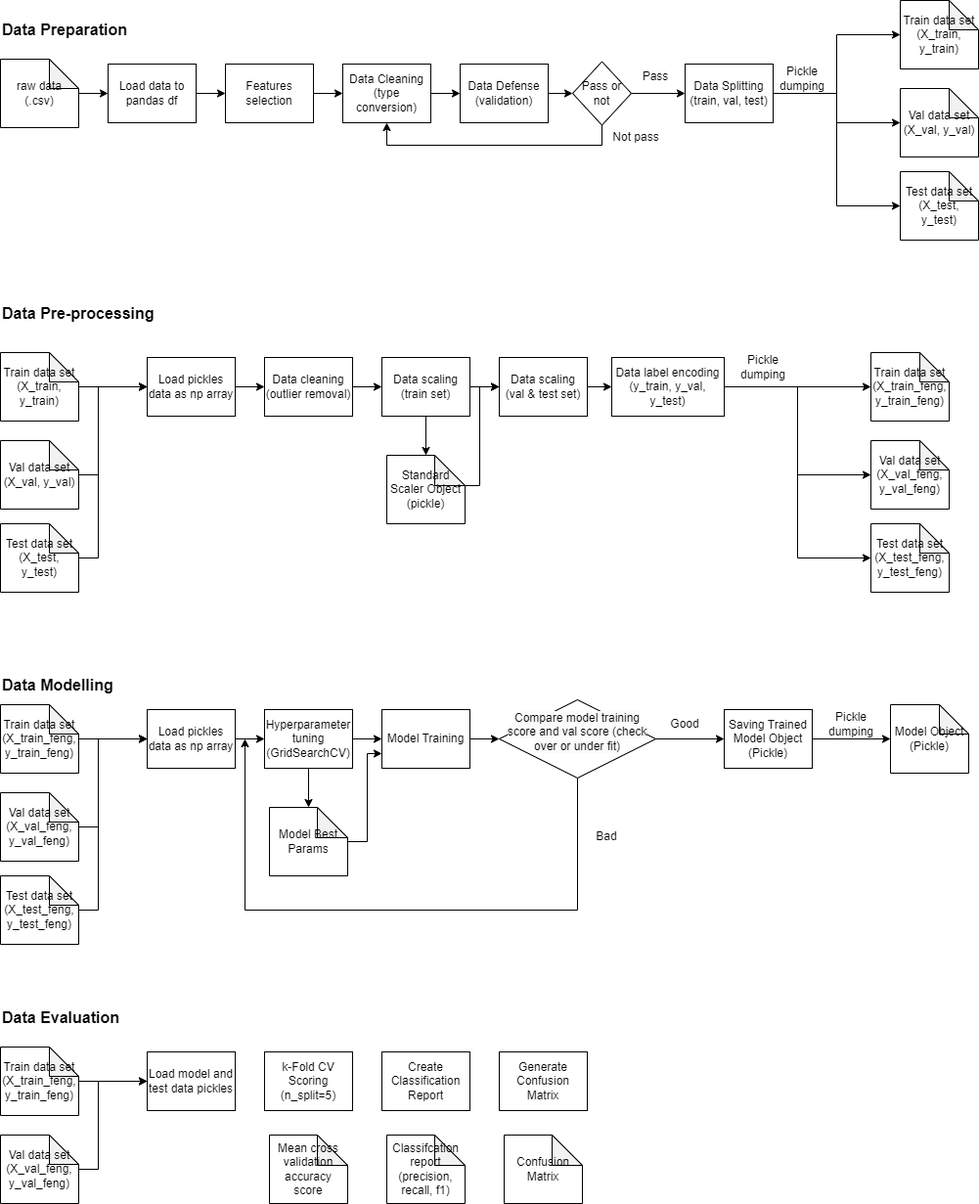
Earlier version of the draw.io export charts/flow_chart_data_preparation.png (haranobuhardo/Gas-Detection-Using-Traditional-ML). Source tidied: cells renumbered, new cells last; positions are measured from the earlier drawing's top-left corner, leaving out a move shared by most shapes.
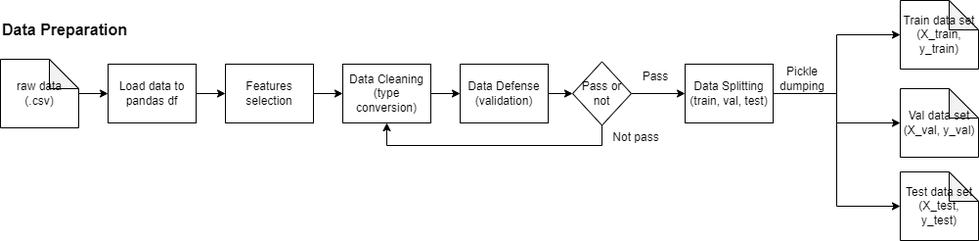
Later version of the same file.

Commit message:
updated block diagram preparation

What changed in the source:
```diff
@@ -11,27 +11,18 @@
     <mxCell id="4" value="Data Preparation" style="text;html=1;strokeColor=none;fillColor=none;align=left;verticalAlign=middle;whiteSpace=wrap;rounded=0;fontStyle=1;fontSize=16;" parent="1" vertex="1">
       <mxGeometry y="20" width="140" height="20" as="geometry" />
     </mxCell>
-    <mxCell id="5" value="Data Pre-processing" style="text;html=1;strokeColor=none;fillColor=none;align=left;verticalAlign=middle;whiteSpace=wrap;rounded=0;fontStyle=1;fontSize=16;" parent="1" vertex="1">
-      <mxGeometry y="310" width="170" height="20" as="geometry" />
-    </mxCell>
-    <mxCell id="6" value="Data Modelling" style="text;html=1;strokeColor=none;fillColor=none;align=left;verticalAlign=middle;whiteSpace=wrap;rounded=0;fontStyle=1;fontSize=16;" parent="1" vertex="1">
-      <mxGeometry y="690" width="170" height="20" as="geometry" />
-    </mxCell>
-    <mxCell id="7" value="Data Evaluation" style="text;html=1;strokeColor=none;fillColor=none;align=left;verticalAlign=middle;whiteSpace=wrap;rounded=0;fontStyle=1;fontSize=16;" parent="1" vertex="1">
-      <mxGeometry y="1030" width="170" height="20" as="geometry" />
-    </mxCell>
-    <mxCell id="8" style="edgeStyle=orthogonalEdgeStyle;rounded=0;orthogonalLoop=1;jettySize=auto;html=1;exitX=0.5;exitY=1;exitDx=0;exitDy=0;" parent="1" edge="1" source="3" target="3">
-      <mxGeometry relative="1" as="geometry" />
-    </mxCell>
+    <mxCell id="91" style="edgeStyle=orthogonalEdgeStyle;rounded=0;orthogonalLoop=1;jettySize=auto;html=1;exitX=0.5;exitY=1;exitDx=0;exitDy=0;" parent="1" edge="1" source="3" target="3">
+      <mxGeometry relative="1" as="geometry" />
+    </mxCell>
     <mxCell id="9" style="edgeStyle=orthogonalEdgeStyle;rounded=0;jettySize=auto;html=1;entryX=0;entryY=0.5;entryDx=0;entryDy=0;" parent="1" edge="1" source="10" target="3">
       <mxGeometry relative="1" as="geometry" />
     </mxCell>
     <mxCell id="10" value="raw data (.csv)" style="shape=note;whiteSpace=wrap;html=1;backgroundOutline=1;darkOpacity=0.05;" parent="1" vertex="1">
       <mxGeometry y="60" width="80" height="70" as="geometry" />
     </mxCell>
-    <mxCell id="11" style="edgeStyle=orthogonalEdgeStyle;rounded=0;orthogonalLoop=1;jettySize=auto;html=1;exitX=0.5;exitY=1;exitDx=0;exitDy=0;" parent="1" edge="1" source="3" target="3">
-      <mxGeometry relative="1" as="geometry" />
-    </mxCell>
+    <mxCell id="92" style="edgeStyle=orthogonalEdgeStyle;rounded=0;orthogonalLoop=1;jettySize=auto;html=1;exitX=0.5;exitY=1;exitDx=0;exitDy=0;" parent="1" edge="1" source="3" target="3">
+      <mxGeometry relative="1" as="geometry" />
+    </mxCell>
     <mxCell id="12" style="edgeStyle=orthogonalEdgeStyle;rounded=0;jettySize=auto;html=1;entryX=0;entryY=0.5;entryDx=0;entryDy=0;" parent="1" edge="1" source="13" target="27">
       <mxGeometry relative="1" as="geometry" />
     </mxCell>
@@ -94,231 +85,5 @@
     <mxCell id="30" value="Pickle dumping" style="text;html=1;strokeColor=none;fillColor=none;align=center;verticalAlign=middle;whiteSpace=wrap;rounded=0;" parent="1" vertex="1">
       <mxGeometry x="790" y="65" width="60" height="30" as="geometry" />
     </mxCell>
-    <mxCell id="31" style="edgeStyle=orthogonalEdgeStyle;rounded=0;jettySize=auto;html=1;entryX=0;entryY=0.5;entryDx=0;entryDy=0;" parent="1" edge="1" source="32" target="38">
-      <mxGeometry relative="1" as="geometry" />
-    </mxCell>
-    <mxCell id="32" value="Train data set (X_train, y_train)" style="shape=note;whiteSpace=wrap;html=1;backgroundOutline=1;darkOpacity=0.05;" parent="1" vertex="1">
-      <mxGeometry y="360" width="80" height="70" as="geometry" />
-    </mxCell>
-    <mxCell id="33" style="edgeStyle=orthogonalEdgeStyle;rounded=0;jettySize=auto;html=1;entryX=0;entryY=0.5;entryDx=0;entryDy=0;" parent="1" edge="1" source="34" target="38">
-      <mxGeometry relative="1" as="geometry">
-        <Array as="points">
-          <mxPoint x="100" y="485" />
-          <mxPoint x="100" y="395" />
-        </Array>
-      </mxGeometry>
-    </mxCell>
-    <mxCell id="34" value="Val data set&lt;br&gt;(X_val, y_val)" style="shape=note;whiteSpace=wrap;html=1;backgroundOutline=1;darkOpacity=0.05;" parent="1" vertex="1">
-      <mxGeometry y="450" width="80" height="70" as="geometry" />
-    </mxCell>
-    <mxCell id="35" style="edgeStyle=orthogonalEdgeStyle;rounded=0;jettySize=auto;html=1;entryX=0;entryY=0.5;entryDx=0;entryDy=0;" parent="1" edge="1" source="36" target="38">
-      <mxGeometry relative="1" as="geometry">
-        <Array as="points">
-          <mxPoint x="100" y="570" />
-          <mxPoint x="100" y="395" />
-        </Array>
-      </mxGeometry>
-    </mxCell>
-    <mxCell id="36" value="Test data set&lt;br&gt;(X_test, y_test)" style="shape=note;whiteSpace=wrap;html=1;backgroundOutline=1;darkOpacity=0.05;" parent="1" vertex="1">
-      <mxGeometry y="535" width="80" height="70" as="geometry" />
-    </mxCell>
-    <mxCell id="37" style="edgeStyle=orthogonalEdgeStyle;rounded=0;jettySize=auto;html=1;entryX=0;entryY=0.5;entryDx=0;entryDy=0;" parent="1" edge="1" source="38" target="40">
-      <mxGeometry relative="1" as="geometry" />
-    </mxCell>
-    <mxCell id="38" value="Load pickles data as np array" style="rounded=0;whiteSpace=wrap;html=1;" parent="1" vertex="1">
-      <mxGeometry x="150" y="365" width="90" height="60" as="geometry" />
-    </mxCell>
-    <mxCell id="39" style="edgeStyle=orthogonalEdgeStyle;rounded=0;jettySize=auto;html=1;entryX=0;entryY=0.5;entryDx=0;entryDy=0;" parent="1" edge="1" source="40" target="43">
-      <mxGeometry relative="1" as="geometry" />
-    </mxCell>
-    <mxCell id="40" value="Data cleaning (outlier removal)" style="rounded=0;whiteSpace=wrap;html=1;" parent="1" vertex="1">
-      <mxGeometry x="270" y="365" width="90" height="60" as="geometry" />
-    </mxCell>
-    <mxCell id="41" style="edgeStyle=orthogonalEdgeStyle;rounded=0;jettySize=auto;html=1;entryX=0;entryY=0.5;entryDx=0;entryDy=0;" parent="1" edge="1" source="43" target="47">
-      <mxGeometry relative="1" as="geometry" />
-    </mxCell>
-    <mxCell id="42" style="edgeStyle=orthogonalEdgeStyle;rounded=0;jettySize=auto;html=1;entryX=0.5;entryY=0;entryDx=0;entryDy=0;entryPerimeter=0;" parent="1" edge="1" source="43" target="45">
-      <mxGeometry relative="1" as="geometry" />
-    </mxCell>
-    <mxCell id="43" value="Data scaling (train set)" style="rounded=0;whiteSpace=wrap;html=1;" parent="1" vertex="1">
-      <mxGeometry x="390" y="365" width="90" height="60" as="geometry" />
-    </mxCell>
-    <mxCell id="44" style="edgeStyle=orthogonalEdgeStyle;rounded=0;jettySize=auto;html=1;exitX=0;exitY=0;exitDx=80;exitDy=31;exitPerimeter=0;entryX=0;entryY=0.5;entryDx=0;entryDy=0;" parent="1" edge="1" source="45" target="47">
-      <mxGeometry relative="1" as="geometry">
-        <Array as="points">
-          <mxPoint x="490" y="496" />
-          <mxPoint x="490" y="395" />
-        </Array>
-      </mxGeometry>
-    </mxCell>
-    <mxCell id="45" value="Standard Scaler Object (pickle)" style="shape=note;whiteSpace=wrap;html=1;backgroundOutline=1;darkOpacity=0.05;size=31;" parent="1" vertex="1">
-      <mxGeometry x="395" y="465" width="80" height="70" as="geometry" />
-    </mxCell>
-    <mxCell id="46" style="edgeStyle=orthogonalEdgeStyle;rounded=0;jettySize=auto;html=1;" parent="1" edge="1" source="47" target="48">
-      <mxGeometry relative="1" as="geometry">
-        <Array as="points">
-          <mxPoint x="620" y="395" />
-          <mxPoint x="620" y="395" />
-        </Array>
-      </mxGeometry>
-    </mxCell>
-    <mxCell id="47" value="Data scaling (val &amp;amp; test set)" style="rounded=0;whiteSpace=wrap;html=1;" parent="1" vertex="1">
-      <mxGeometry x="510" y="365" width="90" height="60" as="geometry" />
-    </mxCell>
-    <mxCell id="48" value="Data label encoding (y_train, y_val, y_test)" style="rounded=0;whiteSpace=wrap;html=1;" parent="1" vertex="1">
-      <mxGeometry x="625" y="365" width="115" height="60" as="geometry" />
-    </mxCell>
-    <mxCell id="49" style="edgeStyle=orthogonalEdgeStyle;rounded=0;jettySize=auto;html=1;entryX=0;entryY=0.5;entryDx=0;entryDy=0;entryPerimeter=0;exitX=1;exitY=0.5;exitDx=0;exitDy=0;" parent="1" edge="1" source="48" target="52">
-      <mxGeometry relative="1" as="geometry" />
-    </mxCell>
-    <mxCell id="50" style="edgeStyle=orthogonalEdgeStyle;rounded=0;jettySize=auto;html=1;entryX=0;entryY=0.5;entryDx=0;entryDy=0;entryPerimeter=0;exitX=1;exitY=0.5;exitDx=0;exitDy=0;" parent="1" edge="1" source="48" target="53">
-      <mxGeometry relative="1" as="geometry" />
-    </mxCell>
-    <mxCell id="51" style="edgeStyle=orthogonalEdgeStyle;rounded=0;jettySize=auto;html=1;exitX=1;exitY=0.5;exitDx=0;exitDy=0;entryX=0;entryY=0.5;entryDx=0;entryDy=0;entryPerimeter=0;" parent="1" edge="1" source="48" target="54">
-      <mxGeometry relative="1" as="geometry" />
-    </mxCell>
-    <mxCell id="52" value="Train data set (X_train_feng, y_train_feng)" style="shape=note;whiteSpace=wrap;html=1;backgroundOutline=1;darkOpacity=0.05;" parent="1" vertex="1">
-      <mxGeometry x="890" y="360" width="80" height="70" as="geometry" />
-    </mxCell>
-    <mxCell id="53" value="Val data set&lt;br&gt;(X_val_feng, y_val_feng)" style="shape=note;whiteSpace=wrap;html=1;backgroundOutline=1;darkOpacity=0.05;" parent="1" vertex="1">
-      <mxGeometry x="890" y="450" width="80" height="70" as="geometry" />
-    </mxCell>
-    <mxCell id="54" value="Test data set&lt;br&gt;(X_test_feng, y_test_feng)" style="shape=note;whiteSpace=wrap;html=1;backgroundOutline=1;darkOpacity=0.05;" parent="1" vertex="1">
-      <mxGeometry x="890" y="535" width="80" height="70" as="geometry" />
-    </mxCell>
-    <mxCell id="55" value="Pickle dumping" style="text;html=1;strokeColor=none;fillColor=none;align=center;verticalAlign=middle;whiteSpace=wrap;rounded=0;" parent="1" vertex="1">
-      <mxGeometry x="750" y="360" width="60" height="30" as="geometry" />
-    </mxCell>
-    <mxCell id="56" style="edgeStyle=orthogonalEdgeStyle;rounded=0;jettySize=auto;html=1;entryX=0;entryY=0.5;entryDx=0;entryDy=0;" parent="1" edge="1" source="57" target="63">
-      <mxGeometry relative="1" as="geometry" />
-    </mxCell>
-    <mxCell id="57" value="Train data set (X_train_feng, y_train_feng)" style="shape=note;whiteSpace=wrap;html=1;backgroundOutline=1;darkOpacity=0.05;size=30;" parent="1" vertex="1">
-      <mxGeometry y="720" width="80" height="70" as="geometry" />
-    </mxCell>
-    <mxCell id="58" style="edgeStyle=orthogonalEdgeStyle;rounded=0;jettySize=auto;html=1;entryX=0;entryY=0.5;entryDx=0;entryDy=0;" parent="1" edge="1" source="59" target="63">
-      <mxGeometry relative="1" as="geometry">
-        <Array as="points">
-          <mxPoint x="100" y="845" />
-          <mxPoint x="100" y="755" />
-        </Array>
-      </mxGeometry>
-    </mxCell>
-    <mxCell id="59" value="Val data set&lt;br&gt;(X_val_feng, y_val_feng)" style="shape=note;whiteSpace=wrap;html=1;backgroundOutline=1;darkOpacity=0.05;" parent="1" vertex="1">
-      <mxGeometry y="810" width="80" height="70" as="geometry" />
-    </mxCell>
-    <mxCell id="60" style="edgeStyle=orthogonalEdgeStyle;rounded=0;jettySize=auto;html=1;entryX=0;entryY=0.5;entryDx=0;entryDy=0;" parent="1" edge="1" source="61" target="63">
-      <mxGeometry relative="1" as="geometry">
-        <Array as="points">
-          <mxPoint x="100" y="930" />
-          <mxPoint x="100" y="755" />
-        </Array>
-      </mxGeometry>
-    </mxCell>
-    <mxCell id="61" value="Test data set&lt;br&gt;(X_test_feng, y_test_feng)" style="shape=note;whiteSpace=wrap;html=1;backgroundOutline=1;darkOpacity=0.05;" parent="1" vertex="1">
-      <mxGeometry y="895" width="80" height="70" as="geometry" />
-    </mxCell>
-    <mxCell id="62" style="edgeStyle=orthogonalEdgeStyle;rounded=0;jettySize=auto;html=1;entryX=0;entryY=0.5;entryDx=0;entryDy=0;" parent="1" edge="1" source="63" target="66">
-      <mxGeometry relative="1" as="geometry" />
-    </mxCell>
-    <mxCell id="63" value="Load pickles data as np array" style="rounded=0;whiteSpace=wrap;html=1;" parent="1" vertex="1">
-      <mxGeometry x="150" y="725" width="90" height="60" as="geometry" />
-    </mxCell>
-    <mxCell id="64" style="edgeStyle=orthogonalEdgeStyle;rounded=0;jettySize=auto;html=1;entryX=0.5;entryY=0;entryDx=0;entryDy=0;entryPerimeter=0;" parent="1" edge="1" source="66" target="68">
-      <mxGeometry relative="1" as="geometry" />
-    </mxCell>
-    <mxCell id="65" style="edgeStyle=orthogonalEdgeStyle;rounded=0;jettySize=auto;html=1;entryX=0;entryY=0.5;entryDx=0;entryDy=0;" parent="1" edge="1" source="66" target="70">
-      <mxGeometry relative="1" as="geometry" />
-    </mxCell>
-    <mxCell id="66" value="Hyperparameter tuning (GridSearchCV)" style="rounded=0;whiteSpace=wrap;html=1;" parent="1" vertex="1">
-      <mxGeometry x="270" y="725" width="90" height="60" as="geometry" />
-    </mxCell>
-    <mxCell id="67" style="edgeStyle=orthogonalEdgeStyle;rounded=0;jettySize=auto;html=1;entryX=0;entryY=0.75;entryDx=0;entryDy=0;" parent="1" edge="1" source="68" target="70">
-      <mxGeometry relative="1" as="geometry">
-        <Array as="points">
-          <mxPoint x="375" y="860" />
-          <mxPoint x="375" y="770" />
-        </Array>
-      </mxGeometry>
-    </mxCell>
-    <mxCell id="68" value="Model Best Params" style="shape=note;whiteSpace=wrap;html=1;backgroundOutline=1;darkOpacity=0.05;size=31;" parent="1" vertex="1">
-      <mxGeometry x="275" y="825" width="80" height="70" as="geometry" />
-    </mxCell>
-    <mxCell id="69" style="edgeStyle=orthogonalEdgeStyle;rounded=0;jettySize=auto;html=1;entryX=0;entryY=0.5;entryDx=0;entryDy=0;" parent="1" edge="1" source="70" target="73">
-      <mxGeometry relative="1" as="geometry" />
-    </mxCell>
-    <mxCell id="70" value="Model Training" style="rounded=0;whiteSpace=wrap;html=1;" parent="1" vertex="1">
-      <mxGeometry x="390" y="725" width="90" height="60" as="geometry" />
-    </mxCell>
-    <mxCell id="71" style="edgeStyle=orthogonalEdgeStyle;rounded=0;jettySize=auto;html=1;" parent="1" edge="1" source="73">
-      <mxGeometry relative="1" as="geometry">
-        <mxPoint x="250" y="755" as="targetPoint" />
-        <Array as="points">
-          <mxPoint x="590" y="930" />
-          <mxPoint x="250" y="930" />
-        </Array>
-      </mxGeometry>
-    </mxCell>
-    <mxCell id="72" style="edgeStyle=orthogonalEdgeStyle;rounded=0;jettySize=auto;html=1;entryX=0;entryY=0.5;entryDx=0;entryDy=0;" parent="1" edge="1" source="73" target="75">
-      <mxGeometry relative="1" as="geometry" />
-    </mxCell>
-    <mxCell id="73" value="&#10;&lt;span style=&quot;color: rgb(0, 0, 0); font-family: Helvetica; font-size: 12px; font-style: normal; font-variant-ligatures: normal; font-variant-caps: normal; font-weight: 400; letter-spacing: normal; orphans: 2; text-align: center; text-indent: 0px; text-transform: none; widows: 2; word-spacing: 0px; -webkit-text-stroke-width: 0px; background-color: rgb(251, 251, 251); text-decoration-thickness: initial; text-decoration-style: initial; text-decoration-color: initial; float: none; display: inline !important;&quot;&gt;Compare model training score and val score (check over or under fit)&lt;/span&gt;&#10;&#10;" style="rhombus;whiteSpace=wrap;html=1;" parent="1" vertex="1">
-      <mxGeometry x="510" y="715" width="160" height="80" as="geometry" />
-    </mxCell>
-    <mxCell id="74" style="edgeStyle=orthogonalEdgeStyle;rounded=0;jettySize=auto;html=1;entryX=0;entryY=0.5;entryDx=0;entryDy=0;entryPerimeter=0;" parent="1" edge="1" source="75" target="76">
-      <mxGeometry relative="1" as="geometry" />
-    </mxCell>
-    <mxCell id="75" value="Saving Trained Model Object&lt;br&gt;(Pickle)" style="rounded=0;whiteSpace=wrap;html=1;" parent="1" vertex="1">
-      <mxGeometry x="740" y="725" width="90" height="60" as="geometry" />
-    </mxCell>
-    <mxCell id="76" value="Model Object (Pickle)" style="shape=note;whiteSpace=wrap;html=1;backgroundOutline=1;darkOpacity=0.05;" parent="1" vertex="1">
-      <mxGeometry x="910" y="720" width="80" height="70" as="geometry" />
-    </mxCell>
-    <mxCell id="77" value="Pickle dumping" style="text;html=1;strokeColor=none;fillColor=none;align=center;verticalAlign=middle;whiteSpace=wrap;rounded=0;" parent="1" vertex="1">
-      <mxGeometry x="840" y="725" width="60" height="30" as="geometry" />
-    </mxCell>
-    <mxCell id="78" value="Good" style="text;html=1;strokeColor=none;fillColor=none;align=center;verticalAlign=middle;whiteSpace=wrap;rounded=0;" parent="1" vertex="1">
-      <mxGeometry x="670" y="725" width="60" height="30" as="geometry" />
-    </mxCell>
-    <mxCell id="79" value="Bad" style="text;html=1;strokeColor=none;fillColor=none;align=center;verticalAlign=middle;whiteSpace=wrap;rounded=0;" parent="1" vertex="1">
-      <mxGeometry x="590" y="840" width="60" height="30" as="geometry" />
-    </mxCell>
-    <mxCell id="80" style="edgeStyle=orthogonalEdgeStyle;rounded=0;jettySize=auto;html=1;entryX=0;entryY=0.5;entryDx=0;entryDy=0;" parent="1" edge="1" source="81" target="84">
-      <mxGeometry relative="1" as="geometry" />
-    </mxCell>
-    <mxCell id="81" value="Train data set (X_train_feng, y_train_feng)" style="shape=note;whiteSpace=wrap;html=1;backgroundOutline=1;darkOpacity=0.05;size=30;" parent="1" vertex="1">
-      <mxGeometry y="1070" width="80" height="70" as="geometry" />
-    </mxCell>
-    <mxCell id="82" style="edgeStyle=orthogonalEdgeStyle;rounded=0;jettySize=auto;html=1;entryX=0;entryY=0.5;entryDx=0;entryDy=0;" parent="1" edge="1" source="83" target="84">
-      <mxGeometry relative="1" as="geometry">
-        <Array as="points">
-          <mxPoint x="100" y="1195" />
-          <mxPoint x="100" y="1105" />
-        </Array>
-      </mxGeometry>
-    </mxCell>
-    <mxCell id="83" value="Val data set&lt;br&gt;(X_val_feng, y_val_feng)" style="shape=note;whiteSpace=wrap;html=1;backgroundOutline=1;darkOpacity=0.05;" parent="1" vertex="1">
-      <mxGeometry y="1160" width="80" height="70" as="geometry" />
-    </mxCell>
-    <mxCell id="84" value="Load model and test data pickles" style="rounded=0;whiteSpace=wrap;html=1;" parent="1" vertex="1">
-      <mxGeometry x="150" y="1075" width="90" height="60" as="geometry" />
-    </mxCell>
-    <mxCell id="85" value="k-Fold CV Scoring (n_split=5)" style="rounded=0;whiteSpace=wrap;html=1;" parent="1" vertex="1">
-      <mxGeometry x="270" y="1075" width="90" height="60" as="geometry" />
-    </mxCell>
-    <mxCell id="86" value="Mean cross validation accuracy score" style="shape=note;whiteSpace=wrap;html=1;backgroundOutline=1;darkOpacity=0.05;size=31;" parent="1" vertex="1">
-      <mxGeometry x="275" y="1160" width="80" height="70" as="geometry" />
-    </mxCell>
-    <mxCell id="87" value="Create Classification Report" style="rounded=0;whiteSpace=wrap;html=1;" parent="1" vertex="1">
-      <mxGeometry x="390" y="1075" width="90" height="60" as="geometry" />
-    </mxCell>
-    <mxCell id="88" value="Classifcation report (precision, recall, f1)" style="shape=note;whiteSpace=wrap;html=1;backgroundOutline=1;darkOpacity=0.05;size=31;" parent="1" vertex="1">
-      <mxGeometry x="395" y="1160" width="80" height="70" as="geometry" />
-    </mxCell>
-    <mxCell id="89" value="Generate Confusion Matrix" style="rounded=0;whiteSpace=wrap;html=1;" parent="1" vertex="1">
-      <mxGeometry x="510" y="1075" width="90" height="60" as="geometry" />
-    </mxCell>
-    <mxCell id="90" value="Confusion Matrix" style="shape=note;whiteSpace=wrap;html=1;backgroundOutline=1;darkOpacity=0.05;size=31;" parent="1" vertex="1">
-      <mxGeometry x="515" y="1160" width="80" height="70" as="geometry" />
-    </mxCell>
   </root>
 </mxGraphModel>
```
